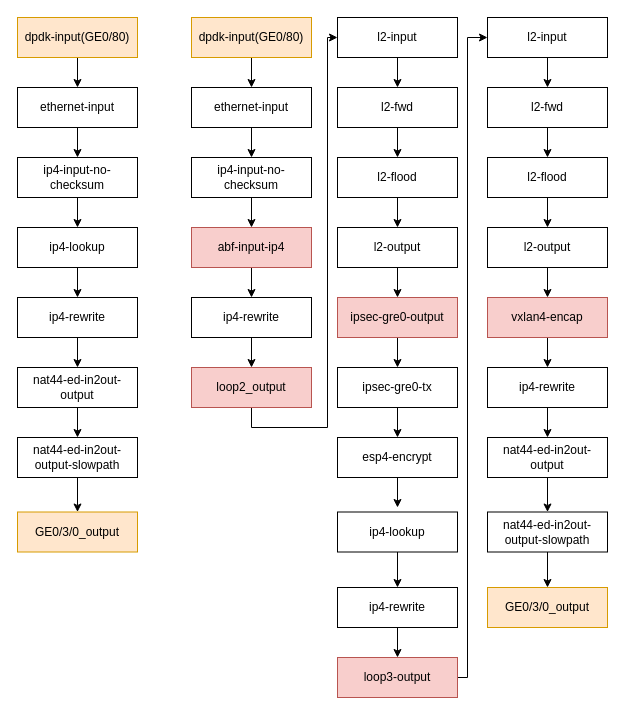
ctimbai/draw.io keeps this draw.io diagram as vppabf.drawio. Above is the earlier version. Source tidied: cells renumbered, new cells numbered last; positions are measured from the earlier drawing's top-left corner, leaving out a move shared by most shapes. Both pictures are drawn from the tidied source at 100%, with x=0, y=0 at pixel (17, 17).
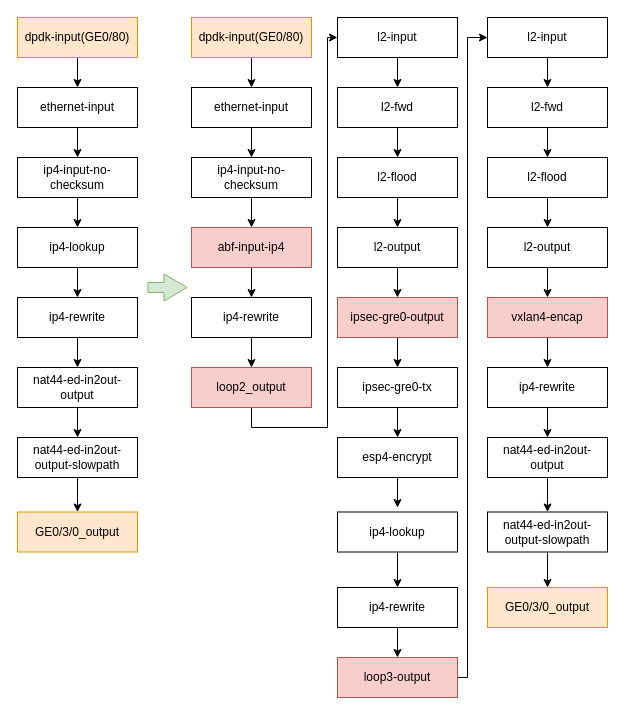
Above is the later version.

What changed in the source:
```diff
@@
+    <mxCell id="66" style="shape=flexArrow;endArrow=classic;html=1;endWidth=16;endSize=7.33;fillColor=#d5e8d4;strokeColor=#82b366;" parent="1" edge="1">
+      <mxGeometry relative="1" as="geometry">
+        <mxPoint x="130" y="270" as="sourcePoint" />
+        <mxPoint x="170" y="270" as="targetPoint" />
+      </mxGeometry>
+    </mxCell>
```
